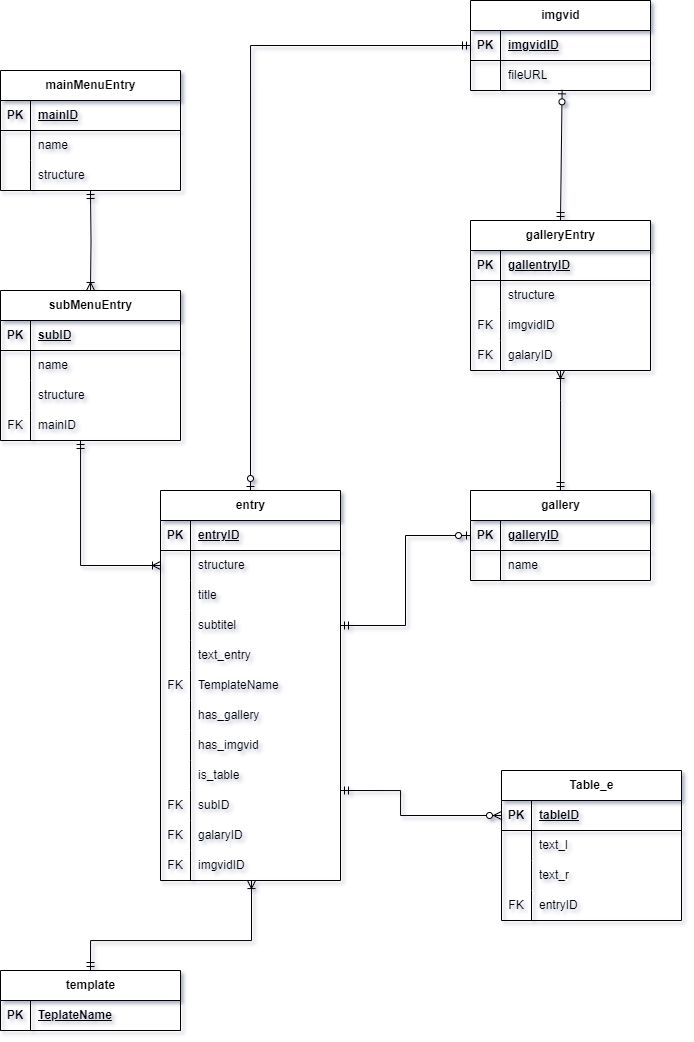
This is src/db/schema.png from Werzu25/MusikbezirkSilz, a draw.io export, as it was before one commit. Source tidied: cells renumbered, new cells last; positions are measured from the earlier drawing's top-left corner, leaving out a move shared by most shapes.
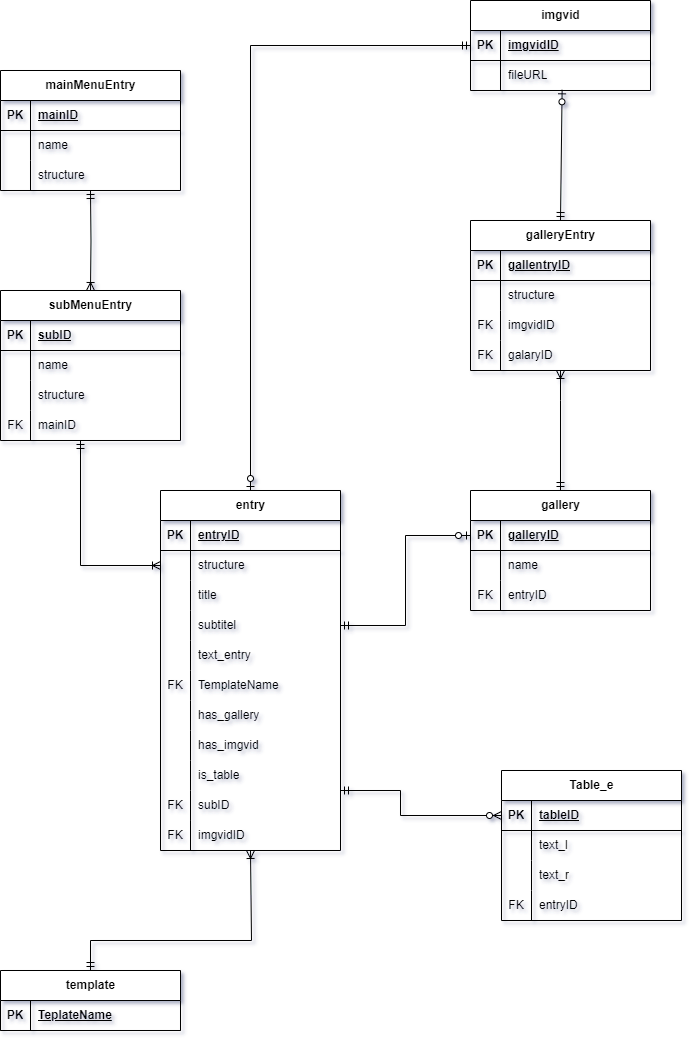
The same file after the commit.

What changed in the source:
```diff
@@ -3,7 +3,7 @@
     <mxCell id="0" />
     <mxCell id="1" parent="0" />
     <mxCell id="2" value="entry" style="shape=table;startSize=30;rowLines=0;fontStyle=1;align=center;html=1;verticalAlign=middle;horizontal=1;" parent="1" vertex="1">
-      <mxGeometry x="160" y="490" width="180" height="390" as="geometry" />
+      <mxGeometry x="160" y="490" width="180" height="360" as="geometry" />
     </mxCell>
     <mxCell id="3" style="shape=tableRow;horizontal=0;startSize=0;swimlaneHead=0;swimlaneBody=0;fillColor=none;top=0;left=0;right=0;bottom=1;" parent="2" vertex="1">
       <mxGeometry y="30" width="180" height="30" as="geometry" />
@@ -45,7 +45,7 @@
       <mxGeometry x="150" y="640" width="180" height="30" as="geometry" />
     </mxCell>
     <mxCell id="16" value="gallery" style="shape=table;startSize=30;rowLines=0;fontStyle=1;align=center;html=1;" parent="1" vertex="1">
-      <mxGeometry x="470" y="490" width="180" height="90" as="geometry" />
+      <mxGeometry x="470" y="490" width="180" height="120" as="geometry" />
     </mxCell>
     <mxCell id="17" style="shape=tableRow;horizontal=0;startSize=0;swimlaneHead=0;swimlaneBody=0;fillColor=none;points=[[0,0.5],[1,0.5]];portConstraint=eastwest;top=0;left=0;right=0;bottom=1;" parent="16" vertex="1">
       <mxGeometry y="30" width="180" height="30" as="geometry" />
@@ -225,7 +225,7 @@
     </mxCell>
     <mxCell id="74" style="edgeStyle=orthogonalEdgeStyle;fontSize=12;html=1;endArrow=ERoneToMany;startArrow=ERmandOne;rounded=0;exitX=0.5;exitY=0;exitDx=0;exitDy=0;" parent="1" edge="1" source="69">
       <mxGeometry relative="1" as="geometry">
-        <mxPoint x="250" y="880" as="targetPoint" />
+        <mxPoint x="250" y="850" as="targetPoint" />
         <Array as="points">
           <mxPoint x="90" y="940" />
           <mxPoint x="251" y="940" />
@@ -257,16 +257,13 @@
       <mxGeometry x="160" y="670" width="30" height="30" as="geometry" />
     </mxCell>
     <mxCell id="81" value="imgvidID" style="shape=partialRectangle;fillColor=none;top=0;left=1;bottom=0;right=0;align=left;spacingLeft=6;overflow=hidden;whiteSpace=wrap;html=1;" parent="1" vertex="1">
-      <mxGeometry x="190" y="850" width="150" height="30" as="geometry" />
+      <mxGeometry x="190" y="820" width="150" height="30" as="geometry" />
     </mxCell>
-    <mxCell id="82" value="FK" style="shape=partialRectangle;fillColor=none;top=0;left=0;bottom=0;right=0;overflow=hidden;whiteSpace=wrap;html=1;" parent="1" vertex="1">
-      <mxGeometry x="160" y="820" width="30" height="30" as="geometry" />
-    </mxCell>
-    <mxCell id="83" value="galaryID" style="shape=partialRectangle;fillColor=none;top=0;left=1;bottom=0;right=0;align=left;spacingLeft=6;overflow=hidden;whiteSpace=wrap;html=1;" parent="1" vertex="1">
+    <mxCell id="83" style="shape=partialRectangle;fillColor=none;top=0;left=1;bottom=0;right=0;align=left;spacingLeft=6;overflow=hidden;whiteSpace=wrap;html=1;" parent="1" vertex="1">
       <mxGeometry x="190" y="820" width="160" height="30" as="geometry" />
     </mxCell>
     <mxCell id="84" value="FK" style="shape=partialRectangle;fillColor=none;top=0;left=0;bottom=0;right=0;overflow=hidden;whiteSpace=wrap;html=1;" parent="1" vertex="1">
-      <mxGeometry x="160" y="850" width="30" height="30" as="geometry" />
+      <mxGeometry x="160" y="820" width="30" height="30" as="geometry" />
     </mxCell>
     <mxCell id="85" value="subID" style="shape=partialRectangle;fillColor=none;top=0;left=1;bottom=0;right=0;align=left;spacingLeft=6;overflow=hidden;whiteSpace=wrap;html=1;" parent="1" vertex="1">
       <mxGeometry x="190" y="790" width="160" height="30" as="geometry" />
@@ -346,5 +343,14 @@
         </Array>
       </mxGeometry>
     </mxCell>
+    <mxCell id="109" style="shape=tableRow;horizontal=0;startSize=0;swimlaneHead=0;swimlaneBody=0;fillColor=none;top=0;left=0;right=0;bottom=0;" parent="1" vertex="1">
+      <mxGeometry x="470" y="580" width="180" height="30" as="geometry" />
+    </mxCell>
+    <mxCell id="82" value="FK" style="shape=partialRectangle;fillColor=none;top=0;left=0;bottom=0;right=0;overflow=hidden;whiteSpace=wrap;html=1;" parent="109" vertex="1">
+      <mxGeometry width="30" height="30" as="geometry" />
+    </mxCell>
+    <mxCell id="110" value="entryID" style="shape=partialRectangle;fillColor=none;top=0;left=1;bottom=0;right=0;align=left;spacingLeft=6;overflow=hidden;whiteSpace=wrap;html=1;" parent="109" vertex="1">
+      <mxGeometry x="30" width="150" height="30" as="geometry" />
+    </mxCell>
   </root>
 </mxGraphModel>
```
